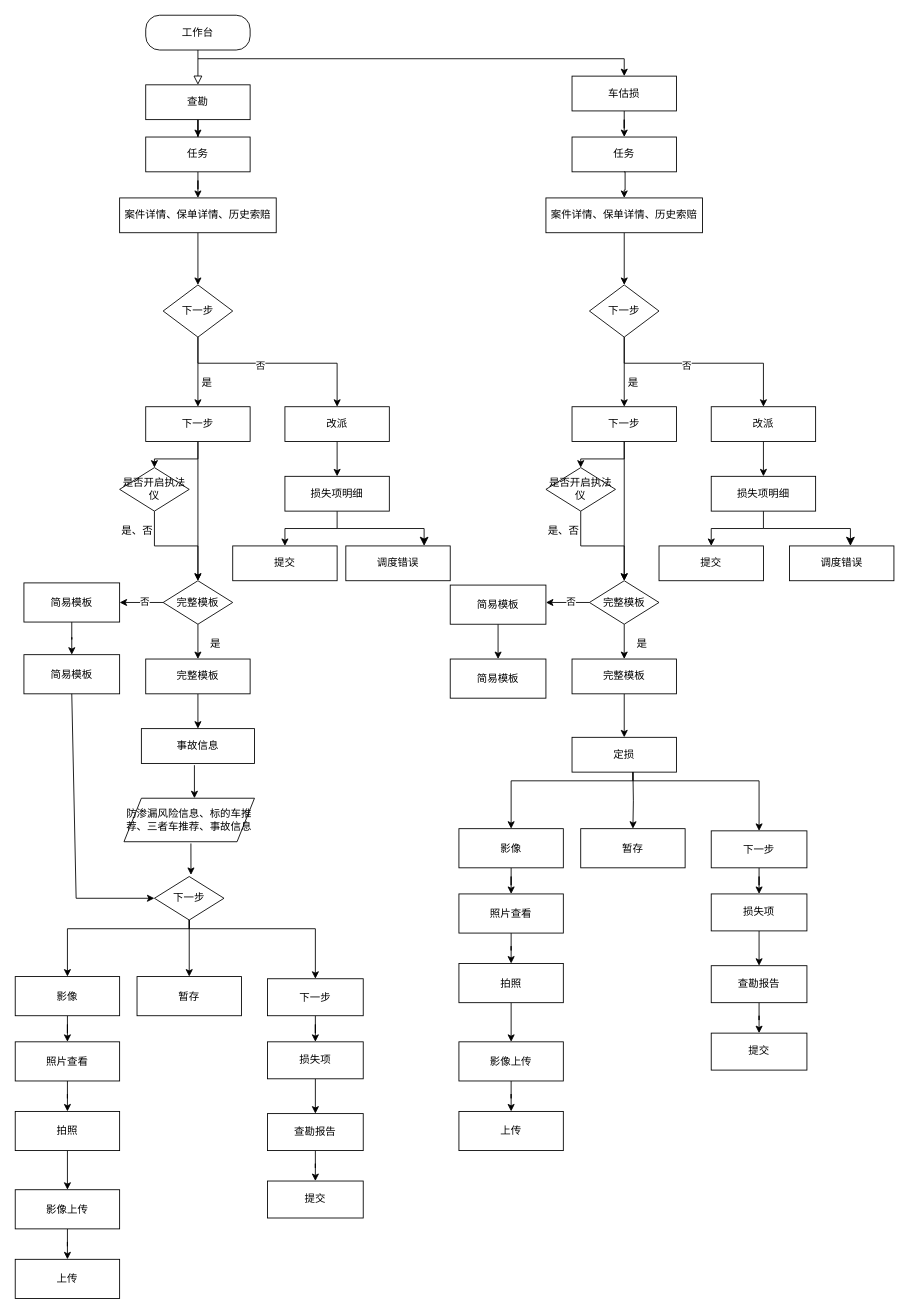
This is 未命名绘图.drawio from zoieshen/success, a draw.io file, before an edit. Source tidied: cells renumbered, new cells numbered last; positions are measured from the earlier drawing's top-left corner, leaving out a move shared by most shapes. Both pictures are drawn from the tidied source at 87%, with x=0, y=0 at pixel (15, 15).
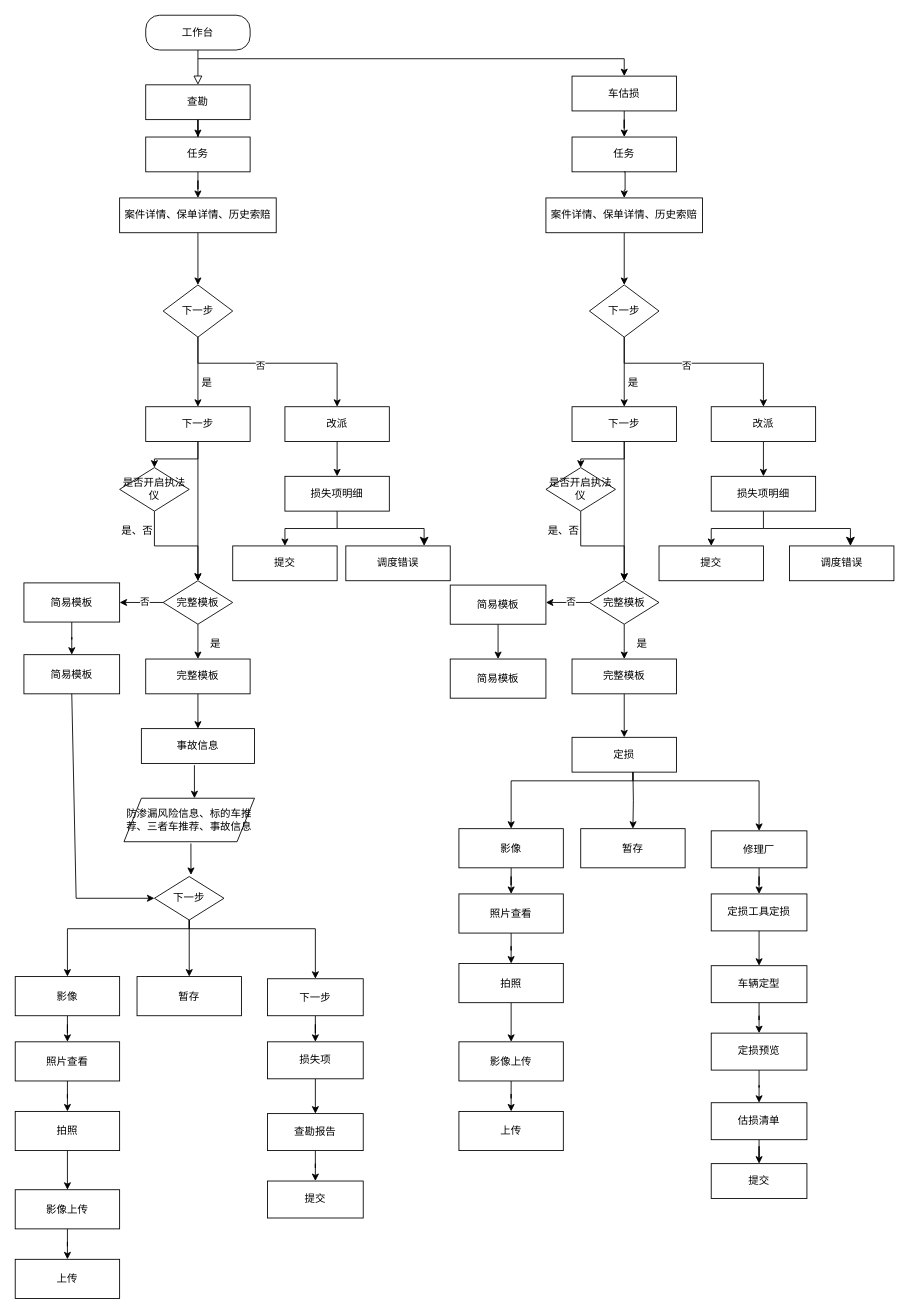
The same page after the edit.

Commit message:
更新未命名绘图.drawio

Change to the diagram source:
```diff
@@
-    <mxCell id="107" value="下一步" style="whiteSpace=wrap;html=1;" parent="1" vertex="1">
+    <mxCell id="107" value="修理厂" style="whiteSpace=wrap;html=1;" parent="1" vertex="1">
       <mxGeometry x="800" y="937.5" width="110" height="42.5" as="geometry" />
     </mxCell>
@@
-    <mxCell id="116" value="损失项" style="whiteSpace=wrap;html=1;" parent="1" vertex="1">
+    <mxCell id="116" value="定损工具定损" style="whiteSpace=wrap;html=1;" parent="1" vertex="1">
       <mxGeometry x="800" y="1010" width="110" height="42.5" as="geometry" />
     </mxCell>
@@
-    <mxCell id="118" value="查勘报告" style="whiteSpace=wrap;html=1;" parent="1" vertex="1">
+    <mxCell id="118" value="车辆定型" style="whiteSpace=wrap;html=1;" parent="1" vertex="1">
       <mxGeometry x="800" y="1092.5" width="110" height="42.5" as="geometry" />
     </mxCell>
+    <mxCell id="120" style="edgeStyle=orthogonalEdgeStyle;rounded=0;jettySize=auto;html=1;" parent="1" edge="1" source="119" target="122">
+      <mxGeometry relative="1" as="geometry" />
+    </mxCell>
-    <mxCell id="119" value="提交" style="whiteSpace=wrap;html=1;" parent="1" vertex="1">
+    <mxCell id="119" value="定损预览" style="whiteSpace=wrap;html=1;" parent="1" vertex="1">
       <mxGeometry x="800" y="1170" width="110" height="42.5" as="geometry" />
     </mxCell>
+    <mxCell id="121" style="edgeStyle=orthogonalEdgeStyle;rounded=0;jettySize=auto;html=1;" parent="1" edge="1" source="122" target="123">
+      <mxGeometry relative="1" as="geometry" />
+    </mxCell>
+    <mxCell id="122" value="估损清单" style="whiteSpace=wrap;html=1;" parent="1" vertex="1">
+      <mxGeometry x="800" y="1250" width="110" height="42.5" as="geometry" />
+    </mxCell>
+    <mxCell id="123" value="提交" style="whiteSpace=wrap;html=1;" parent="1" vertex="1">
+      <mxGeometry x="800" y="1320" width="110" height="40" as="geometry" />
+    </mxCell>
```
